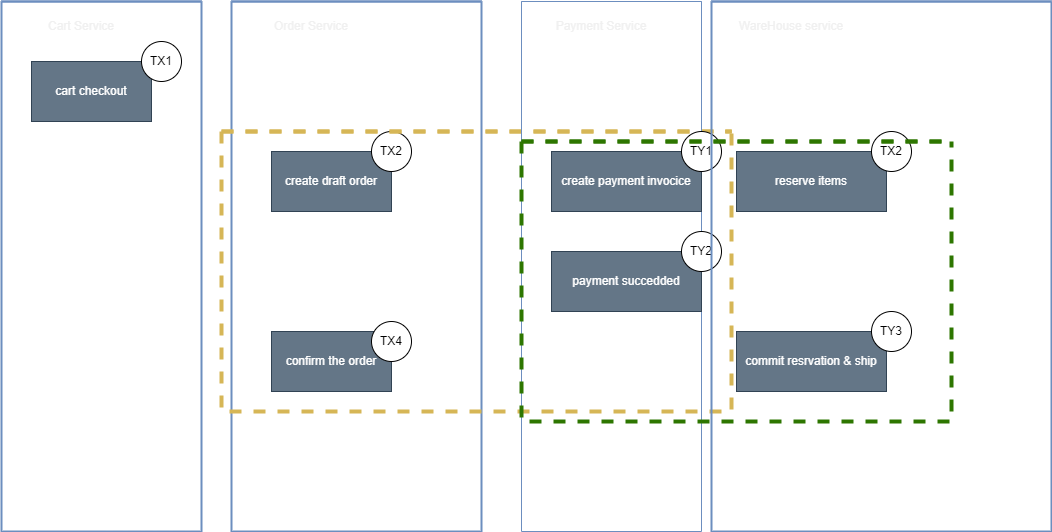
The draw.io diagram diagrams/imgs/sagaCheckout.png in abdo1819/MicroservicesTask, before a commit. Source tidied: cells renumbered, new cells last; positions are measured from the earlier drawing's top-left corner, leaving out a move shared by most shapes.
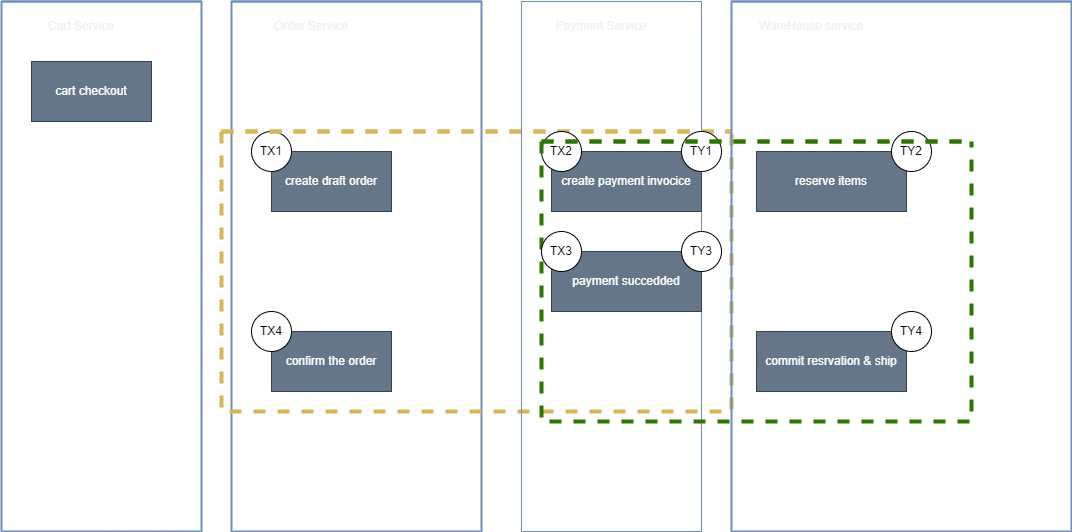
After the commit.

Diff of the diagram source:
```diff
@@ -11,9 +11,6 @@
     <mxCell id="4" value="cart checkout" style="rounded=0;whiteSpace=wrap;html=1;fillColor=#647687;strokeColor=#314354;fontColor=#ffffff;" parent="2" vertex="1">
       <mxGeometry x="30" y="60" width="120" height="60" as="geometry" />
     </mxCell>
-    <mxCell id="5" value="TX1" style="ellipse;whiteSpace=wrap;html=1;" parent="2" vertex="1">
-      <mxGeometry x="140" y="40" width="40" height="40" as="geometry" />
-    </mxCell>
     <mxCell id="6" style="swimlane;startSize=0;strokeWidth=2;fillColor=#dae8fc;strokeColor=#6c8ebf;" parent="1" vertex="1">
       <mxGeometry x="230" width="250" height="530" as="geometry" />
     </mxCell>
@@ -26,15 +23,15 @@
     <mxCell id="9" value="confirm the order" style="rounded=0;whiteSpace=wrap;html=1;fillColor=#647687;fontColor=#ffffff;strokeColor=#314354;" parent="6" vertex="1">
       <mxGeometry x="40" y="330" width="120" height="60" as="geometry" />
     </mxCell>
-    <mxCell id="10" value="TX2" style="ellipse;whiteSpace=wrap;html=1;" parent="6" vertex="1">
-      <mxGeometry x="140" y="130" width="40" height="40" as="geometry" />
+    <mxCell id="10" value="TX1" style="ellipse;whiteSpace=wrap;html=1;" parent="6" vertex="1">
+      <mxGeometry x="20" y="130" width="40" height="40" as="geometry" />
     </mxCell>
+    <mxCell id="12" style="swimlane;startSize=0;dashed=1;fillColor=#fff2cc;strokeColor=#d6b656;strokeWidth=4;" parent="6" vertex="1">
+      <mxGeometry x="-10" y="130" width="510" height="280" as="geometry" />
+    </mxCell>
-    <mxCell id="11" value="TX4" style="ellipse;whiteSpace=wrap;html=1;" parent="6" vertex="1">
-      <mxGeometry x="140" y="320" width="40" height="40" as="geometry" />
+    <mxCell id="11" value="TX4" style="ellipse;whiteSpace=wrap;html=1;" parent="12" vertex="1">
+      <mxGeometry x="30" y="180" width="40" height="40" as="geometry" />
     </mxCell>
-    <mxCell id="12" style="swimlane;startSize=0;dashed=1;fillColor=#fff2cc;strokeColor=#d6b656;strokeWidth=4;" parent="6" vertex="1">
-      <mxGeometry x="-10" y="130" width="510" height="280" as="geometry" />
-    </mxCell>
     <mxCell id="13" style="swimlane;startSize=0;fillColor=#dae8fc;strokeColor=#6c8ebf;" parent="1" vertex="1">
       <mxGeometry x="520" width="180" height="530" as="geometry" />
     </mxCell>
@@ -50,11 +47,14 @@
     <mxCell id="17" value="TY1" style="ellipse;whiteSpace=wrap;html=1;" parent="13" vertex="1">
       <mxGeometry x="160" y="130" width="40" height="40" as="geometry" />
     </mxCell>
-    <mxCell id="18" value="TY2" style="ellipse;whiteSpace=wrap;html=1;" parent="13" vertex="1">
+    <mxCell id="18" value="TY3" style="ellipse;whiteSpace=wrap;html=1;" parent="13" vertex="1">
       <mxGeometry x="160" y="230" width="40" height="40" as="geometry" />
     </mxCell>
+    <mxCell id="26" value="TX2" style="ellipse;whiteSpace=wrap;html=1;" parent="13" vertex="1">
+      <mxGeometry x="20" y="130" width="40" height="40" as="geometry" />
+    </mxCell>
     <mxCell id="19" style="swimlane;startSize=0;strokeWidth=2;fillColor=#dae8fc;strokeColor=#6c8ebf;" parent="1" vertex="1">
-      <mxGeometry x="710" width="340" height="530" as="geometry" />
+      <mxGeometry x="730" width="340" height="530" as="geometry" />
     </mxCell>
     <mxCell id="20" value="WareHouse service" style="text;html=1;align=center;verticalAlign=middle;whiteSpace=wrap;rounded=0;fontColor=#F0F0F0;" parent="19" vertex="1">
       <mxGeometry x="10" y="10" width="140" height="30" as="geometry" />
@@ -65,14 +65,17 @@
     <mxCell id="22" value="commit resrvation &amp;amp; ship" style="rounded=0;whiteSpace=wrap;html=1;fillColor=#647687;fontColor=#ffffff;strokeColor=#314354;" parent="19" vertex="1">
       <mxGeometry x="25" y="330" width="150" height="60" as="geometry" />
     </mxCell>
-    <mxCell id="23" value="TX2" style="ellipse;whiteSpace=wrap;html=1;" parent="19" vertex="1">
+    <mxCell id="23" value="TY2" style="ellipse;whiteSpace=wrap;html=1;" parent="19" vertex="1">
       <mxGeometry x="160" y="130" width="40" height="40" as="geometry" />
     </mxCell>
-    <mxCell id="24" value="TY3" style="ellipse;whiteSpace=wrap;html=1;" parent="19" vertex="1">
+    <mxCell id="24" value="TY4" style="ellipse;whiteSpace=wrap;html=1;" parent="19" vertex="1">
       <mxGeometry x="160" y="310" width="40" height="40" as="geometry" />
     </mxCell>
     <mxCell id="25" style="swimlane;startSize=0;dashed=1;fillColor=#60a917;fontColor=#ffffff;strokeColor=#2D7600;strokeWidth=4;" parent="19" vertex="1">
       <mxGeometry x="-190" y="140" width="430" height="280" as="geometry" />
     </mxCell>
+    <mxCell id="27" value="TX3" style="ellipse;whiteSpace=wrap;html=1;" parent="25" vertex="1">
+      <mxGeometry y="90" width="40" height="40" as="geometry" />
+    </mxCell>
   </root>
 </mxGraphModel>
```
